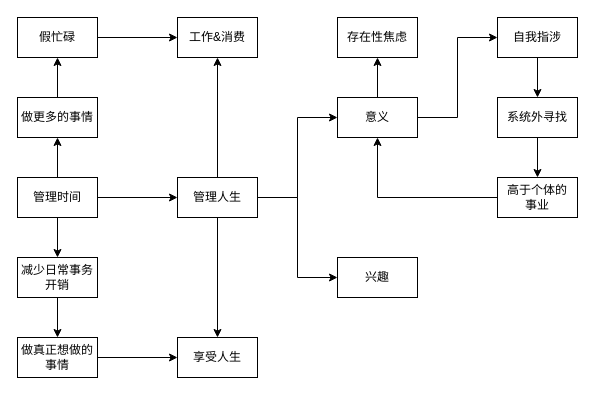
This is 积极创造.drawio from youyusan/open_mind, a draw.io file, before an edit. Source tidied: cells renumbered, new cells numbered last; positions are measured from the earlier drawing's top-left corner, leaving out a move shared by most shapes. Both pictures are drawn from the tidied source at 100%, with x=0, y=0 at pixel (17, 17).
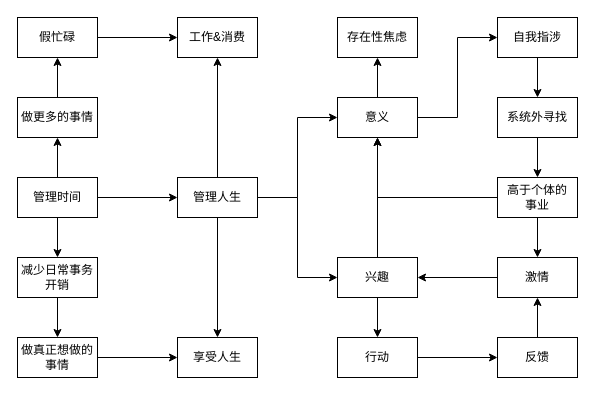
The same page after the edit.

Commit message:
更新积极创造.drawio

The change refers to these unchanged cells:
```xml
<mxCell id="21" value="意义" style="rounded=0;whiteSpace=wrap;html=1;" parent="1" vertex="1">
  <mxGeometry x="320" y="80" width="80" height="40" as="geometry" />
</mxCell>
<mxCell id="22" value="兴趣" style="rounded=0;whiteSpace=wrap;html=1;" parent="1" vertex="1">
  <mxGeometry x="320" y="240" width="80" height="40" as="geometry" />
</mxCell>
<mxCell id="31" value="高于个体的&lt;br&gt;事业" style="rounded=0;whiteSpace=wrap;html=1;" parent="1" vertex="1">
  <mxGeometry x="480" y="160" width="80" height="40" as="geometry" />
</mxCell>
```

What changed in the source:
```diff
@@
+    <mxCell id="32" style="edgeStyle=orthogonalEdgeStyle;rounded=0;jettySize=auto;html=1;entryX=0.5;entryY=0;entryDx=0;entryDy=0;" parent="1" edge="1" source="22" target="38">
+      <mxGeometry relative="1" as="geometry" />
+    </mxCell>
+    <mxCell id="33" style="edgeStyle=orthogonalEdgeStyle;rounded=0;jettySize=auto;html=1;" parent="1" edge="1" source="22" target="21">
+      <mxGeometry relative="1" as="geometry" />
+    </mxCell>
@@
+    <mxCell id="34" style="edgeStyle=orthogonalEdgeStyle;rounded=0;jettySize=auto;html=1;" parent="1" edge="1" source="31" target="36">
+      <mxGeometry relative="1" as="geometry" />
+    </mxCell>
@@
+    <mxCell id="35" style="edgeStyle=orthogonalEdgeStyle;rounded=0;jettySize=auto;html=1;entryX=1;entryY=0.5;entryDx=0;entryDy=0;" parent="1" edge="1" source="36" target="22">
+      <mxGeometry relative="1" as="geometry" />
+    </mxCell>
+    <mxCell id="36" value="激情" style="rounded=0;whiteSpace=wrap;html=1;" parent="1" vertex="1">
+      <mxGeometry x="480" y="240" width="80" height="40" as="geometry" />
+    </mxCell>
+    <mxCell id="37" style="edgeStyle=orthogonalEdgeStyle;rounded=0;jettySize=auto;html=1;" parent="1" edge="1" source="38" target="40">
+      <mxGeometry relative="1" as="geometry" />
+    </mxCell>
+    <mxCell id="38" value="行动" style="rounded=0;whiteSpace=wrap;html=1;" parent="1" vertex="1">
+      <mxGeometry x="320" y="320" width="80" height="40" as="geometry" />
+    </mxCell>
+    <mxCell id="39" style="edgeStyle=orthogonalEdgeStyle;rounded=0;jettySize=auto;html=1;" parent="1" edge="1" source="40" target="36">
+      <mxGeometry relative="1" as="geometry" />
+    </mxCell>
+    <mxCell id="40" value="反馈" style="rounded=0;whiteSpace=wrap;html=1;" parent="1" vertex="1">
+      <mxGeometry x="480" y="320" width="80" height="40" as="geometry" />
+    </mxCell>
```
